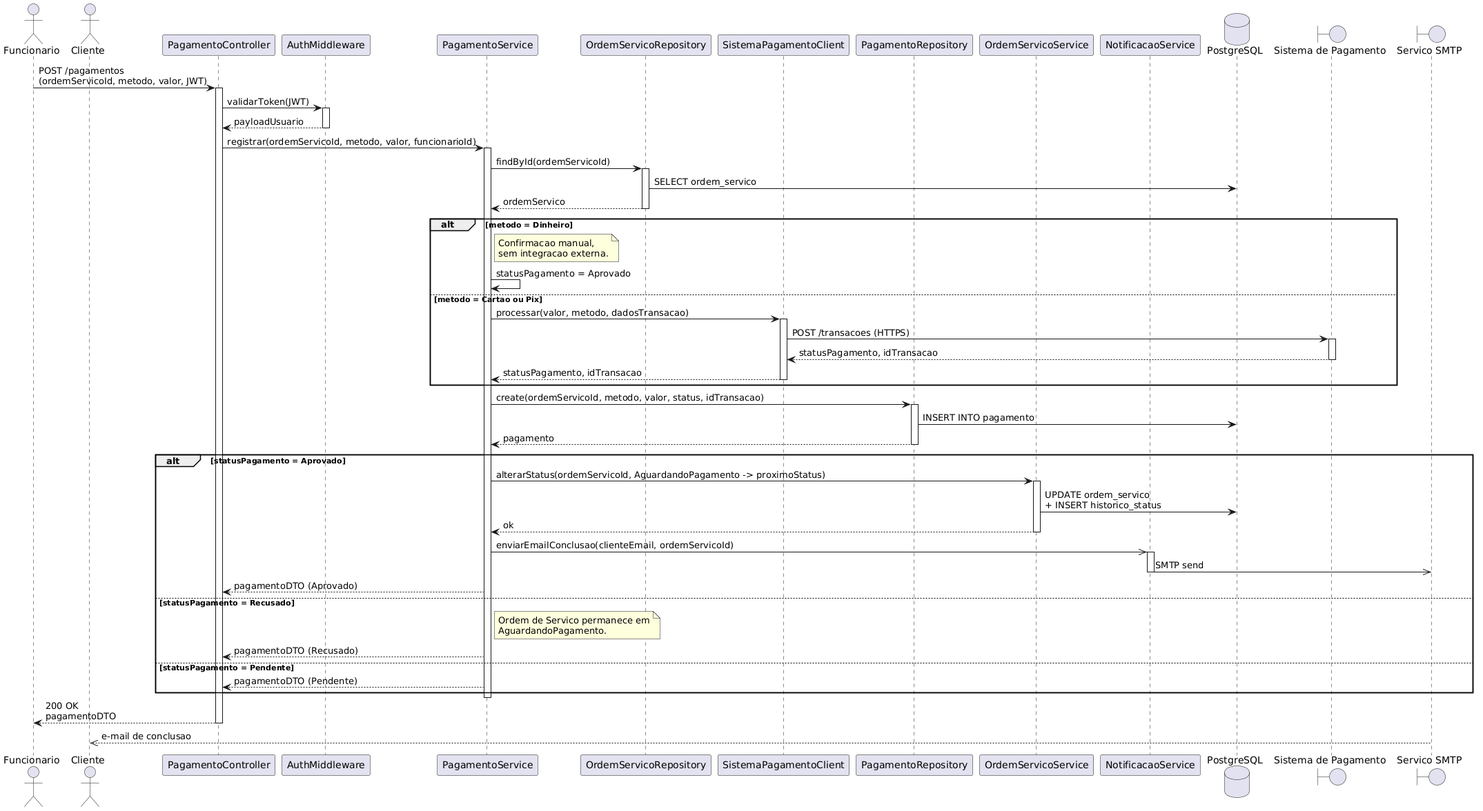
Above: Projeto Final/docs/diagramas-img/07-sequencia-de-projeto/seq-uc09-registrar-pagamento.png in vicenzofms/Projeto-de-Software-PUC-2026-1 (PlantUML), before the change. The source it was exported from:
```plantuml
@startuml
actor Funcionario
actor Cliente
participant "PagamentoController" as Controller
participant "AuthMiddleware" as Auth
participant "PagamentoService" as Service
participant "OrdemServicoRepository" as OSRepo
participant "SistemaPagamentoClient" as SPClient
participant "PagamentoRepository" as PagRepo
participant "OrdemServicoService" as OSService
participant "NotificacaoService" as Notif
database "PostgreSQL" as DB
boundary "Sistema de Pagamento" as SP
boundary "Servico SMTP" as SMTP

Funcionario -> Controller: POST /pagamentos\n(ordemServicoId, metodo, valor, JWT)
activate Controller

Controller -> Auth: validarToken(JWT)
activate Auth
Auth --> Controller: payloadUsuario
deactivate Auth

Controller -> Service: registrar(ordemServicoId, metodo, valor, funcionarioId)
activate Service

Service -> OSRepo: findById(ordemServicoId)
activate OSRepo
OSRepo -> DB: SELECT ordem_servico
OSRepo --> Service: ordemServico
deactivate OSRepo

alt metodo = Dinheiro
    note right of Service: Confirmacao manual,\nsem integracao externa.
    Service -> Service: statusPagamento = Aprovado
else metodo = Cartao ou Pix
    Service -> SPClient: processar(valor, metodo, dadosTransacao)
    activate SPClient
    SPClient -> SP: POST /transacoes (HTTPS)
    activate SP
    SP --> SPClient: statusPagamento, idTransacao
    deactivate SP
    SPClient --> Service: statusPagamento, idTransacao
    deactivate SPClient
end

Service -> PagRepo: create(ordemServicoId, metodo, valor, status, idTransacao)
activate PagRepo
PagRepo -> DB: INSERT INTO pagamento
PagRepo --> Service: pagamento
deactivate PagRepo

alt statusPagamento = Aprovado
    Service -> OSService: alterarStatus(ordemServicoId, AguardandoPagamento -> proximoStatus)
    activate OSService
    OSService -> DB: UPDATE ordem_servico\n+ INSERT historico_status
    OSService --> Service: ok
    deactivate OSService

    Service ->> Notif: enviarEmailConclusao(clienteEmail, ordemServicoId)
    activate Notif
    Notif ->> SMTP: SMTP send
    deactivate Notif

    Service --> Controller: pagamentoDTO (Aprovado)
else statusPagamento = Recusado
    note right of Service: Ordem de Servico permanece em\nAguardandoPagamento.
    Service --> Controller: pagamentoDTO (Recusado)
else statusPagamento = Pendente
    Service --> Controller: pagamentoDTO (Pendente)
end

deactivate Service

Controller --> Funcionario: 200 OK\npagamentoDTO
deactivate Controller

SMTP -->> Cliente: e-mail de conclusao
@enduml
```
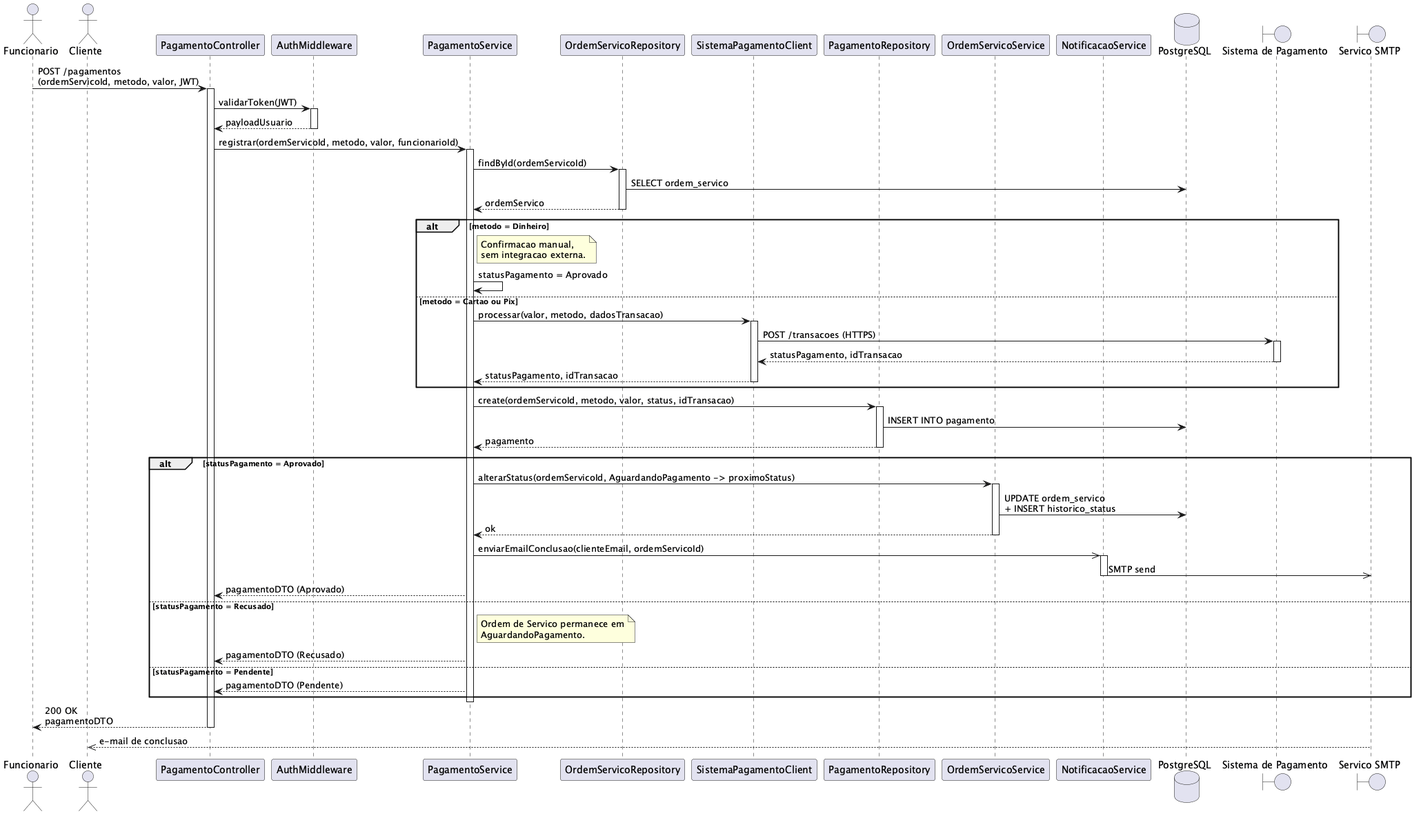
The same file after the commit.

The edit, as a diff of the source:
```diff
@@ -1,4 +1,4 @@
-@startuml
+@startuml seq-uc09-registrar-pagamento
 actor Funcionario
 actor Cliente
 participant "PagamentoController" as Controller
```
